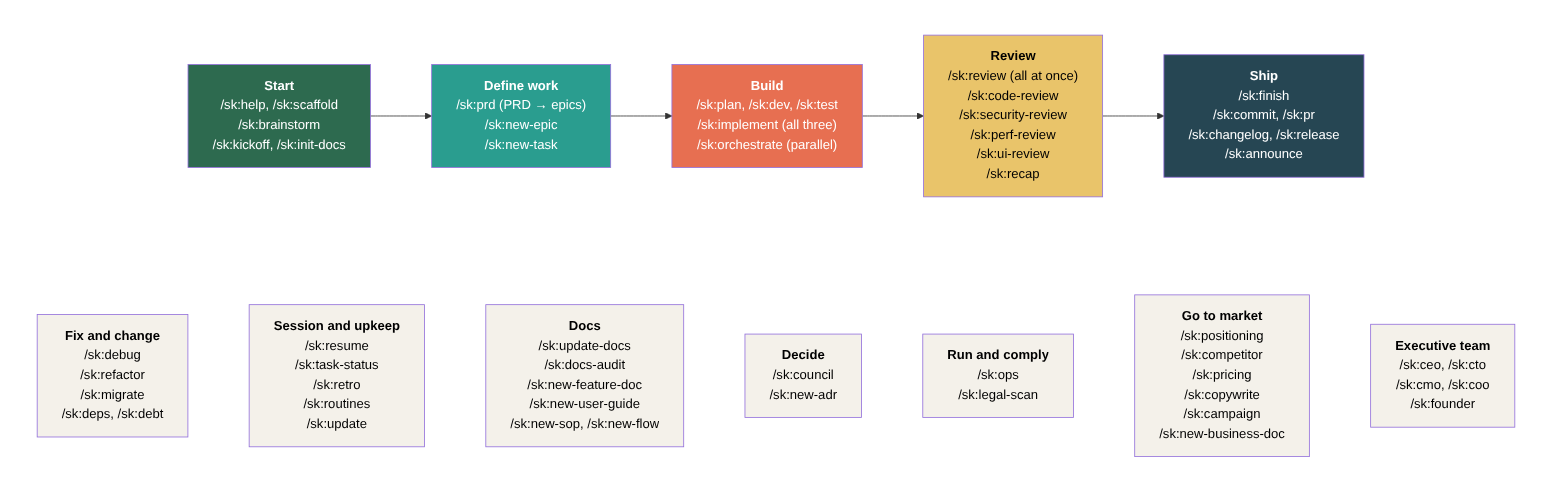
Before: assets/command-map.png, a diagram exported from Mermaid (moniav/sk). Its source is kept beside it as assets/src/command-map.mmd.
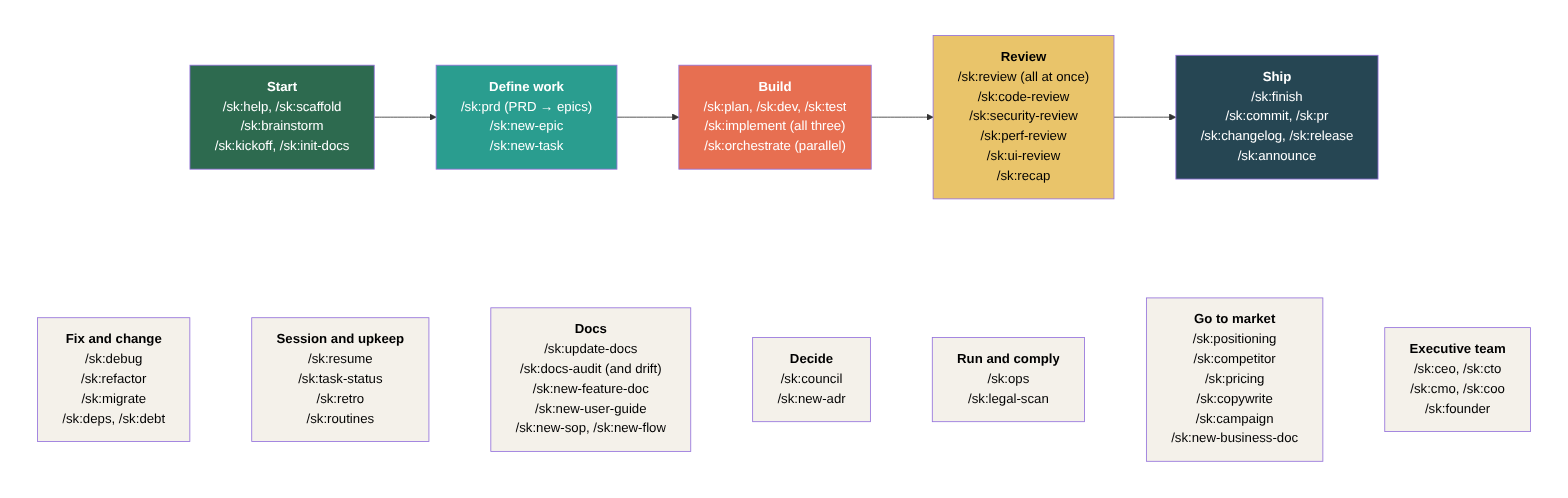
After the change.

What changed in the source:
```diff
@@ -12,8 +12,8 @@
     subgraph anytime [" "]
         direction LR
         FX["<b>Fix and change</b><br/>/sk:debug<br/>/sk:refactor<br/>/sk:migrate<br/>/sk:deps, /sk:debt"]
-        SE["<b>Session and upkeep</b><br/>/sk:resume<br/>/sk:task-status<br/>/sk:retro<br/>/sk:routines<br/>/sk:update"]
-        DO["<b>Docs</b><br/>/sk:update-docs<br/>/sk:docs-audit<br/>/sk:new-feature-doc<br/>/sk:new-user-guide<br/>/sk:new-sop, /sk:new-flow"]
+        SE["<b>Session and upkeep</b><br/>/sk:resume<br/>/sk:task-status<br/>/sk:retro<br/>/sk:routines"]
+        DO["<b>Docs</b><br/>/sk:update-docs<br/>/sk:docs-audit (and drift)<br/>/sk:new-feature-doc<br/>/sk:new-user-guide<br/>/sk:new-sop, /sk:new-flow"]
         DE["<b>Decide</b><br/>/sk:council<br/>/sk:new-adr"]
         RU["<b>Run and comply</b><br/>/sk:ops<br/>/sk:legal-scan"]
         GT["<b>Go to market</b><br/>/sk:positioning<br/>/sk:competitor<br/>/sk:pricing<br/>/sk:copywrite<br/>/sk:campaign<br/>/sk:new-business-doc"]
```
